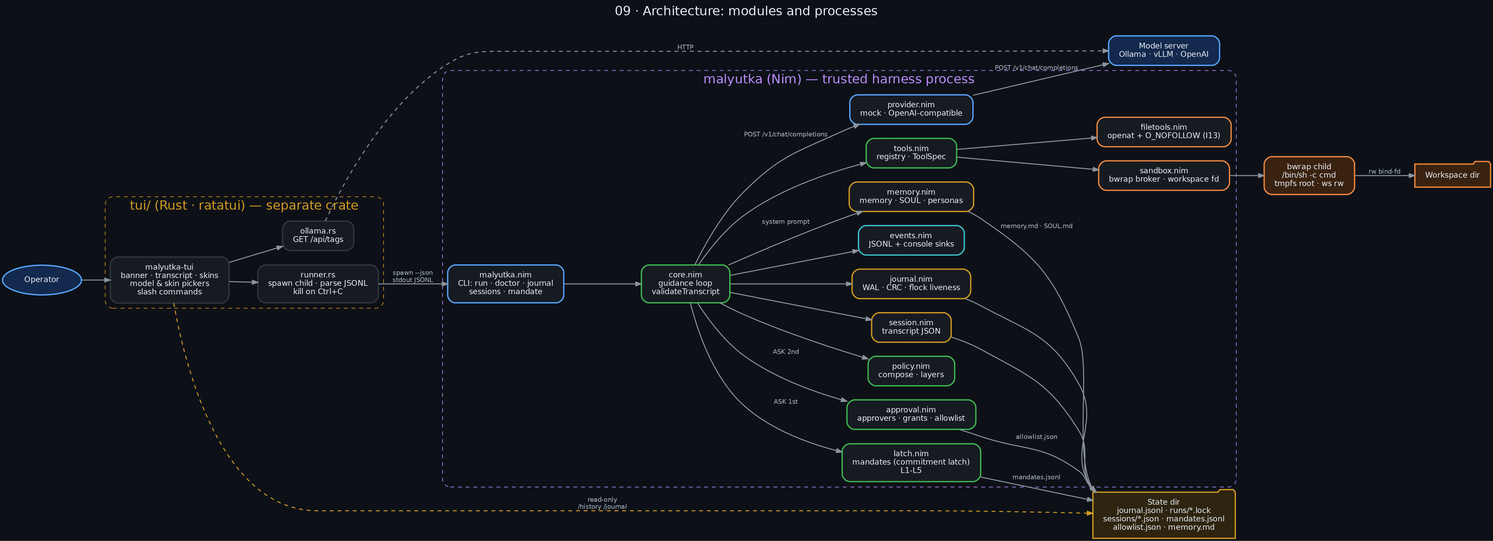
danindiana/malyutka keeps this Graphviz diagram as docs/diagrams/09_architecture.png. Above is the earlier version. Its source is kept beside it as docs/diagrams/09_architecture.dot.
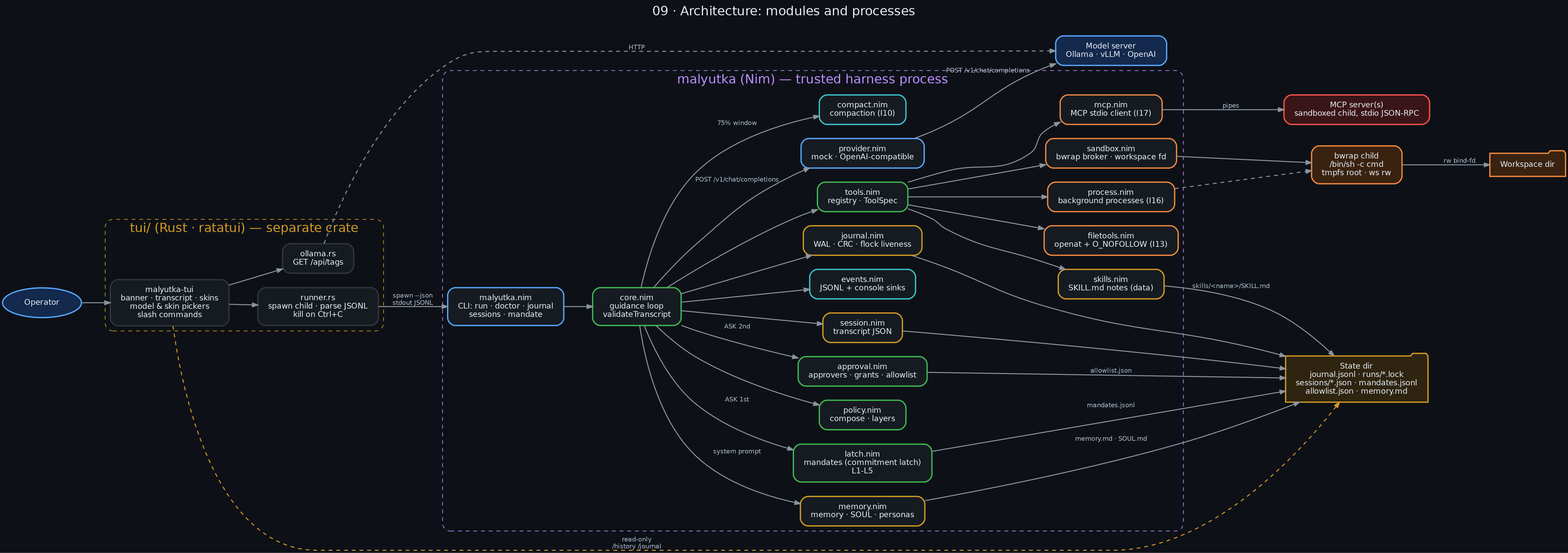
The same diagram one commit later.

Change to the diagram source:
```diff
@@ -26,6 +26,10 @@
         latch [label="latch.nim\nmandates (commitment latch)\nL1-L5", color="#3fb950"];
         filetools [label="filetools.nim\nopenat + O_NOFOLLOW (I13)", color="#f0883e"];
         memory [label="memory.nim\nmemory · SOUL · personas", color="#d29922"];
+        compact [label="compact.nim\ncompaction (I10)", color="#39c5cf"];
+        process [label="process.nim\nbackground processes (I16)", color="#f0883e"];
+        skills [label="skills.nim\nSKILL.md notes (data)", color="#d29922"];
+        mcp [label="mcp.nim\nMCP stdio client (I17)", color="#f0883e"];
     }
     bwrap [label="bwrap child\n/bin/sh -c cmd\ntmpfs root · ws rw", color="#f0883e", fillcolor="#3a2210"];
     model [label="Model server\nOllama · vLLM · OpenAI", color="#58a6ff", fillcolor="#13294d"];
@@ -37,9 +41,12 @@
     cli -> core; core -> provider -> model [label="POST /v1/chat/completions"];
     core -> tools; core -> policy; core -> journal; core -> session; core -> events;
     core -> latch [label="ASK 1st"]; core -> approval [label="ASK 2nd"]; core -> memory [label="system prompt"];
-    tools -> filetools;
+    tools -> filetools; tools -> process; tools -> skills; tools -> mcp; core -> compact [label="75% window"];
     tools -> sandbox -> bwrap; bwrap -> ws [label="rw bind-fd"];
     journal -> state; session -> state;
+    mcp_srv [label="MCP server(s)\nsandboxed child, stdio JSON-RPC", color="#f85149", fillcolor="#3a1518"];
+    mcp -> mcp_srv [label="pipes"]; process -> bwrap [style=dashed];
+    skills -> state [label="skills/<name>/SKILL.md"];
     latch -> state [label="mandates.jsonl"]; approval -> state [label="allowlist.json"]; memory -> state [label="memory.md · SOUL.md"];
     tui -> state [label="read-only\n/history /journal", style=dashed, color="#d29922"];
 }
```
